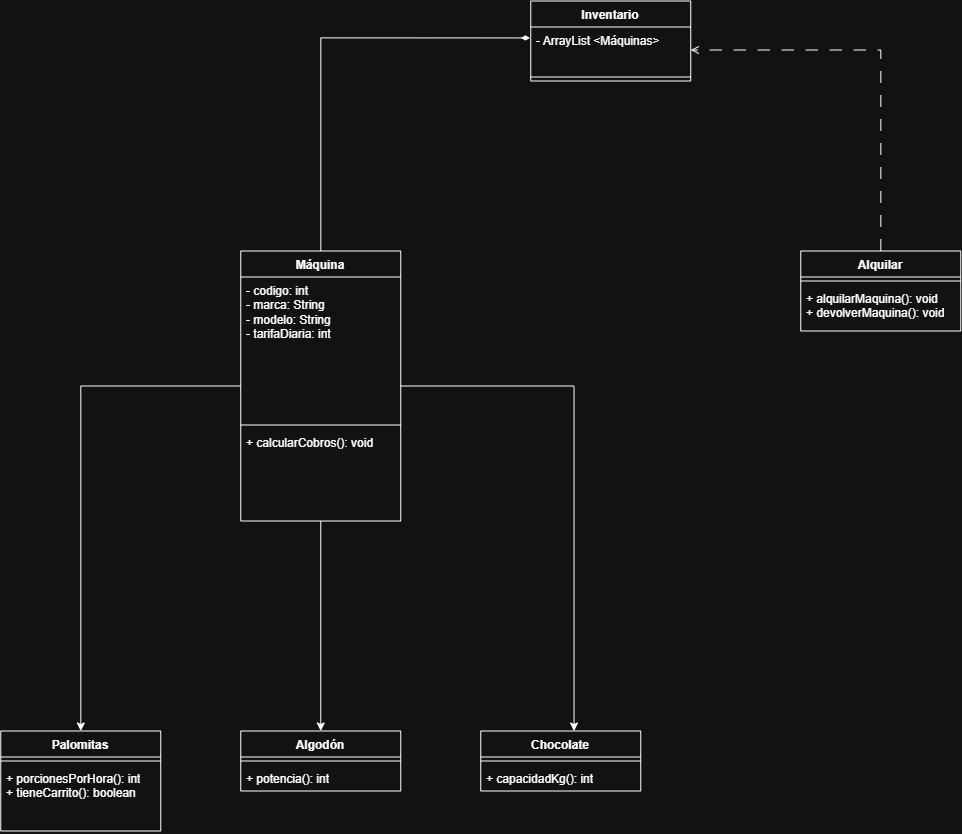
The draw.io diagram DulceEstacion.png in luispedrogarcia2018-design/Ejercicio-4, before a commit. Source tidied: cells renumbered, new cells last; positions are measured from the earlier drawing's top-left corner, leaving out a move shared by most shapes. Its diagram source:
```xml
<mxGraphModel>
  <root>
    <mxCell id="0" />
    <mxCell id="1" parent="0" />
    <mxCell id="2" value="Palomitas" style="swimlane;fontStyle=1;align=center;verticalAlign=top;horizontal=1;startSize=26;whiteSpace=wrap;html=1;" parent="1" vertex="1">
      <mxGeometry y="730" width="160" height="100" as="geometry" />
    </mxCell>
    <mxCell id="3" style="line;strokeWidth=1;fillColor=none;align=left;verticalAlign=middle;spacingTop=-1;spacingLeft=3;spacingRight=3;labelPosition=right;strokeColor=inherit;" parent="2" vertex="1">
      <mxGeometry y="26" width="160" height="8" as="geometry" />
    </mxCell>
    <mxCell id="4" value="+ porcionesPorHora(): int&lt;div&gt;+ tieneCarrito(): boolean&lt;/div&gt;" style="text;strokeColor=none;fillColor=none;align=left;verticalAlign=top;spacingLeft=4;spacingRight=4;overflow=hidden;whiteSpace=wrap;html=1;" parent="2" vertex="1">
      <mxGeometry y="34" width="160" height="66" as="geometry" />
    </mxCell>
    <mxCell id="5" value="Chocolate" style="swimlane;fontStyle=1;align=center;verticalAlign=top;horizontal=1;startSize=26;whiteSpace=wrap;html=1;" parent="1" vertex="1">
      <mxGeometry x="480" y="730" width="160" height="60" as="geometry" />
    </mxCell>
    <mxCell id="6" style="line;strokeWidth=1;fillColor=none;align=left;verticalAlign=middle;spacingTop=-1;spacingLeft=3;spacingRight=3;labelPosition=right;strokeColor=inherit;" parent="5" vertex="1">
      <mxGeometry y="26" width="160" height="8" as="geometry" />
    </mxCell>
    <mxCell id="7" value="+ capacidadKg(): int" style="text;strokeColor=none;fillColor=none;align=left;verticalAlign=top;spacingLeft=4;spacingRight=4;overflow=hidden;whiteSpace=wrap;html=1;" parent="5" vertex="1">
      <mxGeometry y="34" width="160" height="26" as="geometry" />
    </mxCell>
    <mxCell id="8" value="Algodón" style="swimlane;fontStyle=1;align=center;verticalAlign=top;horizontal=1;startSize=26;whiteSpace=wrap;html=1;" parent="1" vertex="1">
      <mxGeometry x="240" y="730" width="160" height="60" as="geometry" />
    </mxCell>
    <mxCell id="9" style="line;strokeWidth=1;fillColor=none;align=left;verticalAlign=middle;spacingTop=-1;spacingLeft=3;spacingRight=3;labelPosition=right;strokeColor=inherit;" parent="8" vertex="1">
      <mxGeometry y="26" width="160" height="8" as="geometry" />
    </mxCell>
    <mxCell id="10" value="+ potencia(): int" style="text;strokeColor=none;fillColor=none;align=left;verticalAlign=top;spacingLeft=4;spacingRight=4;overflow=hidden;whiteSpace=wrap;html=1;" parent="8" vertex="1">
      <mxGeometry y="34" width="160" height="26" as="geometry" />
    </mxCell>
    <mxCell id="11" style="edgeStyle=orthogonalEdgeStyle;rounded=0;jettySize=auto;html=1;" parent="1" edge="1" source="13" target="8">
      <mxGeometry relative="1" as="geometry" />
    </mxCell>
    <mxCell id="12" style="edgeStyle=orthogonalEdgeStyle;rounded=0;jettySize=auto;html=1;" parent="1" edge="1" source="13" target="2">
      <mxGeometry relative="1" as="geometry" />
    </mxCell>
    <mxCell id="13" value="Máquina" style="swimlane;fontStyle=1;align=center;verticalAlign=top;horizontal=1;startSize=26;whiteSpace=wrap;html=1;" parent="1" vertex="1">
      <mxGeometry x="240" y="250" width="160" height="270" as="geometry" />
    </mxCell>
    <mxCell id="14" value="- codigo: int&lt;div&gt;- marca: String&lt;/div&gt;&lt;div&gt;- modelo: String&lt;/div&gt;&lt;div&gt;- tarifaDiaria: int&lt;/div&gt;&lt;div&gt;&lt;br&gt;&lt;/div&gt;" style="text;strokeColor=none;fillColor=none;align=left;verticalAlign=top;spacingLeft=4;spacingRight=4;overflow=hidden;whiteSpace=wrap;html=1;" parent="13" vertex="1">
      <mxGeometry y="26" width="160" height="144" as="geometry" />
    </mxCell>
    <mxCell id="15" style="line;strokeWidth=1;fillColor=none;align=left;verticalAlign=middle;spacingTop=-1;spacingLeft=3;spacingRight=3;labelPosition=right;strokeColor=inherit;" parent="13" vertex="1">
      <mxGeometry y="170" width="160" height="8" as="geometry" />
    </mxCell>
    <mxCell id="16" value="+ calcularCobros(): void" style="text;strokeColor=none;fillColor=none;align=left;verticalAlign=top;spacingLeft=4;spacingRight=4;overflow=hidden;whiteSpace=wrap;html=1;" parent="13" vertex="1">
      <mxGeometry y="178" width="160" height="92" as="geometry" />
    </mxCell>
    <mxCell id="17" style="edgeStyle=orthogonalEdgeStyle;rounded=0;jettySize=auto;html=1;entryX=1;entryY=0.5;entryDx=0;entryDy=0;endArrow=open;endFill=0;dashed=1;dashPattern=12 12;" parent="1" edge="1" source="18" target="23">
      <mxGeometry relative="1" as="geometry">
        <Array as="points">
          <mxPoint x="880" y="49" />
        </Array>
      </mxGeometry>
    </mxCell>
    <mxCell id="18" value="Alquilar" style="swimlane;fontStyle=1;align=center;verticalAlign=top;horizontal=1;startSize=26;whiteSpace=wrap;html=1;" parent="1" vertex="1">
      <mxGeometry x="800" y="250" width="160" height="80" as="geometry" />
    </mxCell>
    <mxCell id="19" style="line;strokeWidth=1;fillColor=none;align=left;verticalAlign=middle;spacingTop=-1;spacingLeft=3;spacingRight=3;labelPosition=right;strokeColor=inherit;" parent="18" vertex="1">
      <mxGeometry y="26" width="160" height="8" as="geometry" />
    </mxCell>
    <mxCell id="20" value="+ alquilarMaquina(): void&lt;div&gt;+ devolverMaquina(): void&lt;/div&gt;" style="text;strokeColor=none;fillColor=none;align=left;verticalAlign=top;spacingLeft=4;spacingRight=4;overflow=hidden;whiteSpace=wrap;html=1;" parent="18" vertex="1">
      <mxGeometry y="34" width="160" height="46" as="geometry" />
    </mxCell>
    <mxCell id="21" style="edgeStyle=orthogonalEdgeStyle;rounded=0;jettySize=auto;html=1;entryX=0.583;entryY=0;entryDx=0;entryDy=0;entryPerimeter=0;" parent="1" edge="1" source="13" target="5">
      <mxGeometry relative="1" as="geometry" />
    </mxCell>
    <mxCell id="22" value="Inventario" style="swimlane;fontStyle=1;align=center;verticalAlign=top;horizontal=1;startSize=26;whiteSpace=wrap;html=1;" parent="1" vertex="1">
      <mxGeometry x="530" width="160" height="80" as="geometry" />
    </mxCell>
    <mxCell id="23" value="- ArrayList &amp;lt;Máquinas&amp;gt;" style="text;strokeColor=none;fillColor=none;align=left;verticalAlign=top;spacingLeft=4;spacingRight=4;overflow=hidden;points=[[0,0.5],[1,0.5]];portConstraint=eastwest;whiteSpace=wrap;html=1;" parent="22" vertex="1">
      <mxGeometry y="26" width="160" height="46" as="geometry" />
    </mxCell>
    <mxCell id="24" style="line;strokeWidth=1;fillColor=none;align=left;verticalAlign=middle;spacingTop=-1;spacingLeft=3;spacingRight=3;labelPosition=right;strokeColor=inherit;" parent="22" vertex="1">
      <mxGeometry y="72" width="160" height="8" as="geometry" />
    </mxCell>
    <mxCell id="25" style="edgeStyle=orthogonalEdgeStyle;rounded=0;jettySize=auto;html=1;entryX=-0.005;entryY=0.238;entryDx=0;entryDy=0;entryPerimeter=0;endArrow=diamondThin;endFill=1;" parent="1" edge="1" source="13" target="23">
      <mxGeometry relative="1" as="geometry" />
    </mxCell>
  </root>
</mxGraphModel>
```
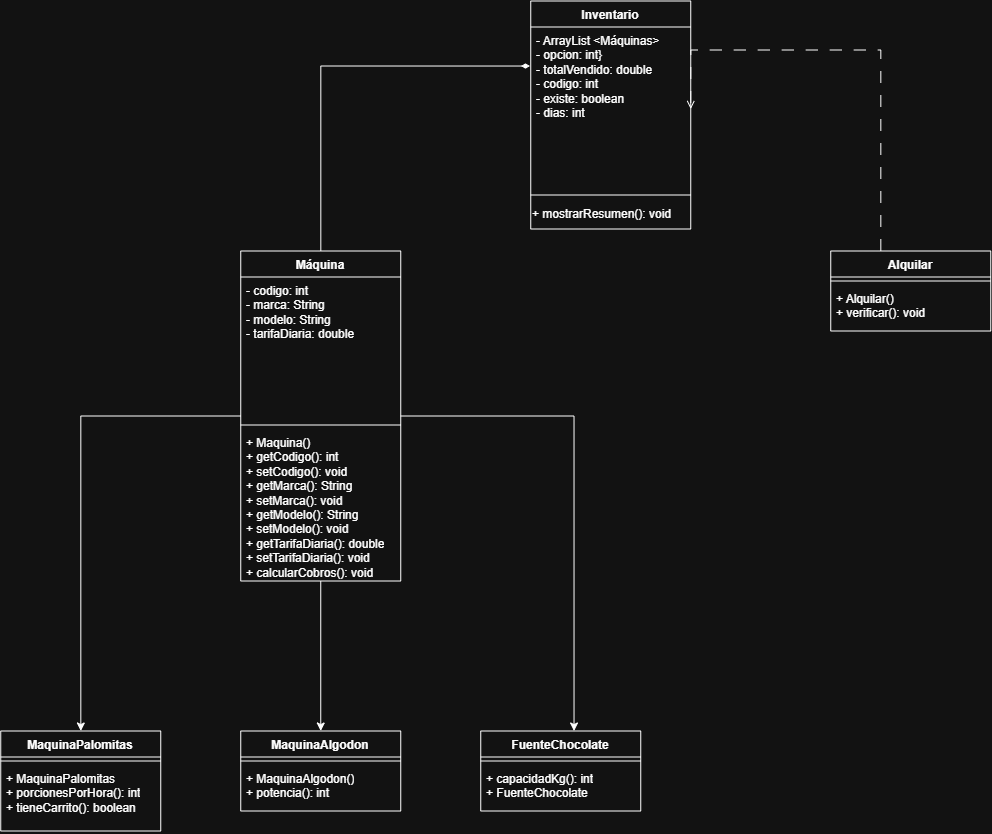
The same diagram one commit later.

Commit message:
Modifiqué el UML

Diff of the diagram source:
```diff
@@ -2,32 +2,32 @@
   <root>
     <mxCell id="0" />
     <mxCell id="1" parent="0" />
-    <mxCell id="2" value="Palomitas" style="swimlane;fontStyle=1;align=center;verticalAlign=top;horizontal=1;startSize=26;whiteSpace=wrap;html=1;" parent="1" vertex="1">
+    <mxCell id="2" value="MaquinaPalomitas" style="swimlane;fontStyle=1;align=center;verticalAlign=top;horizontal=1;startSize=26;whiteSpace=wrap;html=1;" parent="1" vertex="1">
       <mxGeometry y="730" width="160" height="100" as="geometry" />
     </mxCell>
     <mxCell id="3" style="line;strokeWidth=1;fillColor=none;align=left;verticalAlign=middle;spacingTop=-1;spacingLeft=3;spacingRight=3;labelPosition=right;strokeColor=inherit;" parent="2" vertex="1">
       <mxGeometry y="26" width="160" height="8" as="geometry" />
     </mxCell>
-    <mxCell id="4" value="+ porcionesPorHora(): int&lt;div&gt;+ tieneCarrito(): boolean&lt;/div&gt;" style="text;strokeColor=none;fillColor=none;align=left;verticalAlign=top;spacingLeft=4;spacingRight=4;overflow=hidden;whiteSpace=wrap;html=1;" parent="2" vertex="1">
+    <mxCell id="4" value="&lt;div&gt;+ MaquinaPalomitas&lt;/div&gt;+ porcionesPorHora(): int&lt;div&gt;+ tieneCarrito(): boolean&lt;/div&gt;" style="text;strokeColor=none;fillColor=none;align=left;verticalAlign=top;spacingLeft=4;spacingRight=4;overflow=hidden;whiteSpace=wrap;html=1;" parent="2" vertex="1">
       <mxGeometry y="34" width="160" height="66" as="geometry" />
     </mxCell>
-    <mxCell id="5" value="Chocolate" style="swimlane;fontStyle=1;align=center;verticalAlign=top;horizontal=1;startSize=26;whiteSpace=wrap;html=1;" parent="1" vertex="1">
-      <mxGeometry x="480" y="730" width="160" height="60" as="geometry" />
+    <mxCell id="5" value="FuenteChocolate" style="swimlane;fontStyle=1;align=center;verticalAlign=top;horizontal=1;startSize=26;whiteSpace=wrap;html=1;" parent="1" vertex="1">
+      <mxGeometry x="480" y="730" width="160" height="80" as="geometry" />
     </mxCell>
     <mxCell id="6" style="line;strokeWidth=1;fillColor=none;align=left;verticalAlign=middle;spacingTop=-1;spacingLeft=3;spacingRight=3;labelPosition=right;strokeColor=inherit;" parent="5" vertex="1">
       <mxGeometry y="26" width="160" height="8" as="geometry" />
     </mxCell>
-    <mxCell id="7" value="+ capacidadKg(): int" style="text;strokeColor=none;fillColor=none;align=left;verticalAlign=top;spacingLeft=4;spacingRight=4;overflow=hidden;whiteSpace=wrap;html=1;" parent="5" vertex="1">
-      <mxGeometry y="34" width="160" height="26" as="geometry" />
+    <mxCell id="7" value="+ capacidadKg(): int&lt;div&gt;+ FuenteChocolate&lt;/div&gt;" style="text;strokeColor=none;fillColor=none;align=left;verticalAlign=top;spacingLeft=4;spacingRight=4;overflow=hidden;whiteSpace=wrap;html=1;" parent="5" vertex="1">
+      <mxGeometry y="34" width="160" height="46" as="geometry" />
     </mxCell>
-    <mxCell id="8" value="Algodón" style="swimlane;fontStyle=1;align=center;verticalAlign=top;horizontal=1;startSize=26;whiteSpace=wrap;html=1;" parent="1" vertex="1">
-      <mxGeometry x="240" y="730" width="160" height="60" as="geometry" />
+    <mxCell id="8" value="MaquinaAlgodon" style="swimlane;fontStyle=1;align=center;verticalAlign=top;horizontal=1;startSize=26;whiteSpace=wrap;html=1;" parent="1" vertex="1">
+      <mxGeometry x="240" y="730" width="160" height="80" as="geometry" />
     </mxCell>
     <mxCell id="9" style="line;strokeWidth=1;fillColor=none;align=left;verticalAlign=middle;spacingTop=-1;spacingLeft=3;spacingRight=3;labelPosition=right;strokeColor=inherit;" parent="8" vertex="1">
       <mxGeometry y="26" width="160" height="8" as="geometry" />
     </mxCell>
-    <mxCell id="10" value="+ potencia(): int" style="text;strokeColor=none;fillColor=none;align=left;verticalAlign=top;spacingLeft=4;spacingRight=4;overflow=hidden;whiteSpace=wrap;html=1;" parent="8" vertex="1">
-      <mxGeometry y="34" width="160" height="26" as="geometry" />
+    <mxCell id="10" value="&lt;div&gt;+ MaquinaAlgodon()&lt;/div&gt;+ potencia(): int" style="text;strokeColor=none;fillColor=none;align=left;verticalAlign=top;spacingLeft=4;spacingRight=4;overflow=hidden;whiteSpace=wrap;html=1;" parent="8" vertex="1">
+      <mxGeometry y="34" width="160" height="46" as="geometry" />
     </mxCell>
     <mxCell id="11" style="edgeStyle=orthogonalEdgeStyle;rounded=0;jettySize=auto;html=1;" parent="1" edge="1" source="13" target="8">
       <mxGeometry relative="1" as="geometry" />
@@ -36,16 +36,16 @@
       <mxGeometry relative="1" as="geometry" />
     </mxCell>
     <mxCell id="13" value="Máquina" style="swimlane;fontStyle=1;align=center;verticalAlign=top;horizontal=1;startSize=26;whiteSpace=wrap;html=1;" parent="1" vertex="1">
-      <mxGeometry x="240" y="250" width="160" height="270" as="geometry" />
+      <mxGeometry x="240" y="250" width="160" height="330" as="geometry" />
     </mxCell>
-    <mxCell id="14" value="- codigo: int&lt;div&gt;- marca: String&lt;/div&gt;&lt;div&gt;- modelo: String&lt;/div&gt;&lt;div&gt;- tarifaDiaria: int&lt;/div&gt;&lt;div&gt;&lt;br&gt;&lt;/div&gt;" style="text;strokeColor=none;fillColor=none;align=left;verticalAlign=top;spacingLeft=4;spacingRight=4;overflow=hidden;whiteSpace=wrap;html=1;" parent="13" vertex="1">
+    <mxCell id="14" value="- codigo: int&lt;div&gt;- marca: String&lt;/div&gt;&lt;div&gt;- modelo: String&lt;/div&gt;&lt;div&gt;- tarifaDiaria: double&lt;/div&gt;" style="text;strokeColor=none;fillColor=none;align=left;verticalAlign=top;spacingLeft=4;spacingRight=4;overflow=hidden;whiteSpace=wrap;html=1;" parent="13" vertex="1">
       <mxGeometry y="26" width="160" height="144" as="geometry" />
     </mxCell>
     <mxCell id="15" style="line;strokeWidth=1;fillColor=none;align=left;verticalAlign=middle;spacingTop=-1;spacingLeft=3;spacingRight=3;labelPosition=right;strokeColor=inherit;" parent="13" vertex="1">
       <mxGeometry y="170" width="160" height="8" as="geometry" />
     </mxCell>
-    <mxCell id="16" value="+ calcularCobros(): void" style="text;strokeColor=none;fillColor=none;align=left;verticalAlign=top;spacingLeft=4;spacingRight=4;overflow=hidden;whiteSpace=wrap;html=1;" parent="13" vertex="1">
-      <mxGeometry y="178" width="160" height="92" as="geometry" />
+    <mxCell id="16" value="&lt;div&gt;+ Maquina()&lt;/div&gt;&lt;div&gt;+ getCodigo(): int&lt;/div&gt;&lt;div&gt;+ setCodigo(): void&lt;/div&gt;&lt;div&gt;+ getMarca(): String&lt;/div&gt;&lt;div&gt;+ setMarca(): void&lt;/div&gt;&lt;div&gt;+ getModelo(): String&lt;/div&gt;&lt;div&gt;+ setModelo(): void&lt;/div&gt;&lt;div&gt;+ getTarifaDiaria(): double&lt;/div&gt;&lt;div&gt;+ setTarifaDiaria(): void&lt;/div&gt;+ calcularCobros(): void" style="text;strokeColor=none;fillColor=none;align=left;verticalAlign=top;spacingLeft=4;spacingRight=4;overflow=hidden;whiteSpace=wrap;html=1;" parent="13" vertex="1">
+      <mxGeometry y="178" width="160" height="152" as="geometry" />
     </mxCell>
     <mxCell id="17" style="edgeStyle=orthogonalEdgeStyle;rounded=0;jettySize=auto;html=1;entryX=1;entryY=0.5;entryDx=0;entryDy=0;endArrow=open;endFill=0;dashed=1;dashPattern=12 12;" parent="1" edge="1" source="18" target="23">
       <mxGeometry relative="1" as="geometry">
@@ -55,26 +55,29 @@
       </mxGeometry>
     </mxCell>
     <mxCell id="18" value="Alquilar" style="swimlane;fontStyle=1;align=center;verticalAlign=top;horizontal=1;startSize=26;whiteSpace=wrap;html=1;" parent="1" vertex="1">
-      <mxGeometry x="800" y="250" width="160" height="80" as="geometry" />
+      <mxGeometry x="830" y="250" width="160" height="80" as="geometry" />
     </mxCell>
     <mxCell id="19" style="line;strokeWidth=1;fillColor=none;align=left;verticalAlign=middle;spacingTop=-1;spacingLeft=3;spacingRight=3;labelPosition=right;strokeColor=inherit;" parent="18" vertex="1">
       <mxGeometry y="26" width="160" height="8" as="geometry" />
     </mxCell>
-    <mxCell id="20" value="+ alquilarMaquina(): void&lt;div&gt;+ devolverMaquina(): void&lt;/div&gt;" style="text;strokeColor=none;fillColor=none;align=left;verticalAlign=top;spacingLeft=4;spacingRight=4;overflow=hidden;whiteSpace=wrap;html=1;" parent="18" vertex="1">
+    <mxCell id="20" value="+ Alquilar(&lt;span style=&quot;background-color: transparent; color: light-dark(rgb(0, 0, 0), rgb(255, 255, 255));&quot;&gt;)&lt;/span&gt;&lt;div&gt;&lt;span style=&quot;background-color: transparent; color: light-dark(rgb(0, 0, 0), rgb(255, 255, 255));&quot;&gt;+ verificar(): void&lt;/span&gt;&lt;/div&gt;" style="text;strokeColor=none;fillColor=none;align=left;verticalAlign=top;spacingLeft=4;spacingRight=4;overflow=hidden;whiteSpace=wrap;html=1;" parent="18" vertex="1">
       <mxGeometry y="34" width="160" height="46" as="geometry" />
     </mxCell>
     <mxCell id="21" style="edgeStyle=orthogonalEdgeStyle;rounded=0;jettySize=auto;html=1;entryX=0.583;entryY=0;entryDx=0;entryDy=0;entryPerimeter=0;" parent="1" edge="1" source="13" target="5">
       <mxGeometry relative="1" as="geometry" />
     </mxCell>
     <mxCell id="22" value="Inventario" style="swimlane;fontStyle=1;align=center;verticalAlign=top;horizontal=1;startSize=26;whiteSpace=wrap;html=1;" parent="1" vertex="1">
-      <mxGeometry x="530" width="160" height="80" as="geometry" />
+      <mxGeometry x="530" width="160" height="228" as="geometry" />
     </mxCell>
-    <mxCell id="23" value="- ArrayList &amp;lt;Máquinas&amp;gt;" style="text;strokeColor=none;fillColor=none;align=left;verticalAlign=top;spacingLeft=4;spacingRight=4;overflow=hidden;points=[[0,0.5],[1,0.5]];portConstraint=eastwest;whiteSpace=wrap;html=1;" parent="22" vertex="1">
-      <mxGeometry y="26" width="160" height="46" as="geometry" />
+    <mxCell id="23" value="- ArrayList &amp;lt;Máquinas&amp;gt;&lt;div&gt;- opcion: int}&lt;/div&gt;&lt;div&gt;- totalVendido: double&lt;/div&gt;&lt;div&gt;- codigo: int&lt;/div&gt;&lt;div&gt;- existe: boolean&lt;/div&gt;&lt;div&gt;- dias: int&lt;/div&gt;" style="text;strokeColor=none;fillColor=none;align=left;verticalAlign=top;spacingLeft=4;spacingRight=4;overflow=hidden;points=[[0,0.5],[1,0.5]];portConstraint=eastwest;whiteSpace=wrap;html=1;" parent="22" vertex="1">
+      <mxGeometry y="26" width="160" height="164" as="geometry" />
     </mxCell>
     <mxCell id="24" style="line;strokeWidth=1;fillColor=none;align=left;verticalAlign=middle;spacingTop=-1;spacingLeft=3;spacingRight=3;labelPosition=right;strokeColor=inherit;" parent="22" vertex="1">
-      <mxGeometry y="72" width="160" height="8" as="geometry" />
+      <mxGeometry y="190" width="160" height="8" as="geometry" />
     </mxCell>
+    <mxCell id="26" value="+ mostrarResumen(): void" style="text;html=1;whiteSpace=wrap;strokeColor=none;fillColor=none;align=left;verticalAlign=middle;rounded=0;" parent="22" vertex="1">
+      <mxGeometry y="198" width="160" height="30" as="geometry" />
+    </mxCell>
     <mxCell id="25" style="edgeStyle=orthogonalEdgeStyle;rounded=0;jettySize=auto;html=1;entryX=-0.005;entryY=0.238;entryDx=0;entryDy=0;entryPerimeter=0;endArrow=diamondThin;endFill=1;" parent="1" edge="1" source="13" target="23">
       <mxGeometry relative="1" as="geometry" />
     </mxCell>
```
